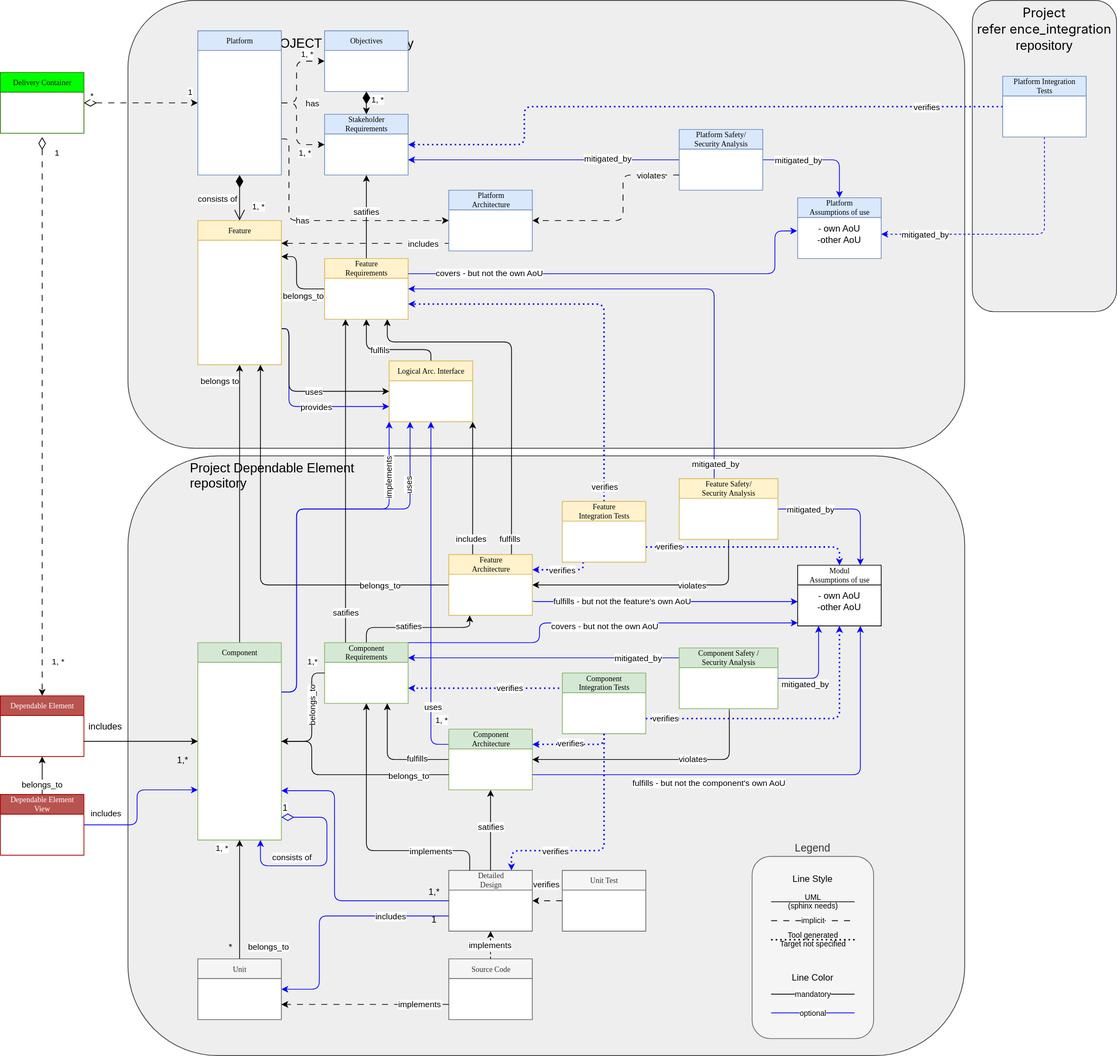
Above: pr-618/_images/score_building_blocks_meta_model_deployment_example.drawio.svg in eclipse-score/process_description (draw.io), before the change. Source tidied: cells renumbered, new cells last; positions are measured from the earlier drawing's top-left corner, leaving out a move shared by most shapes.
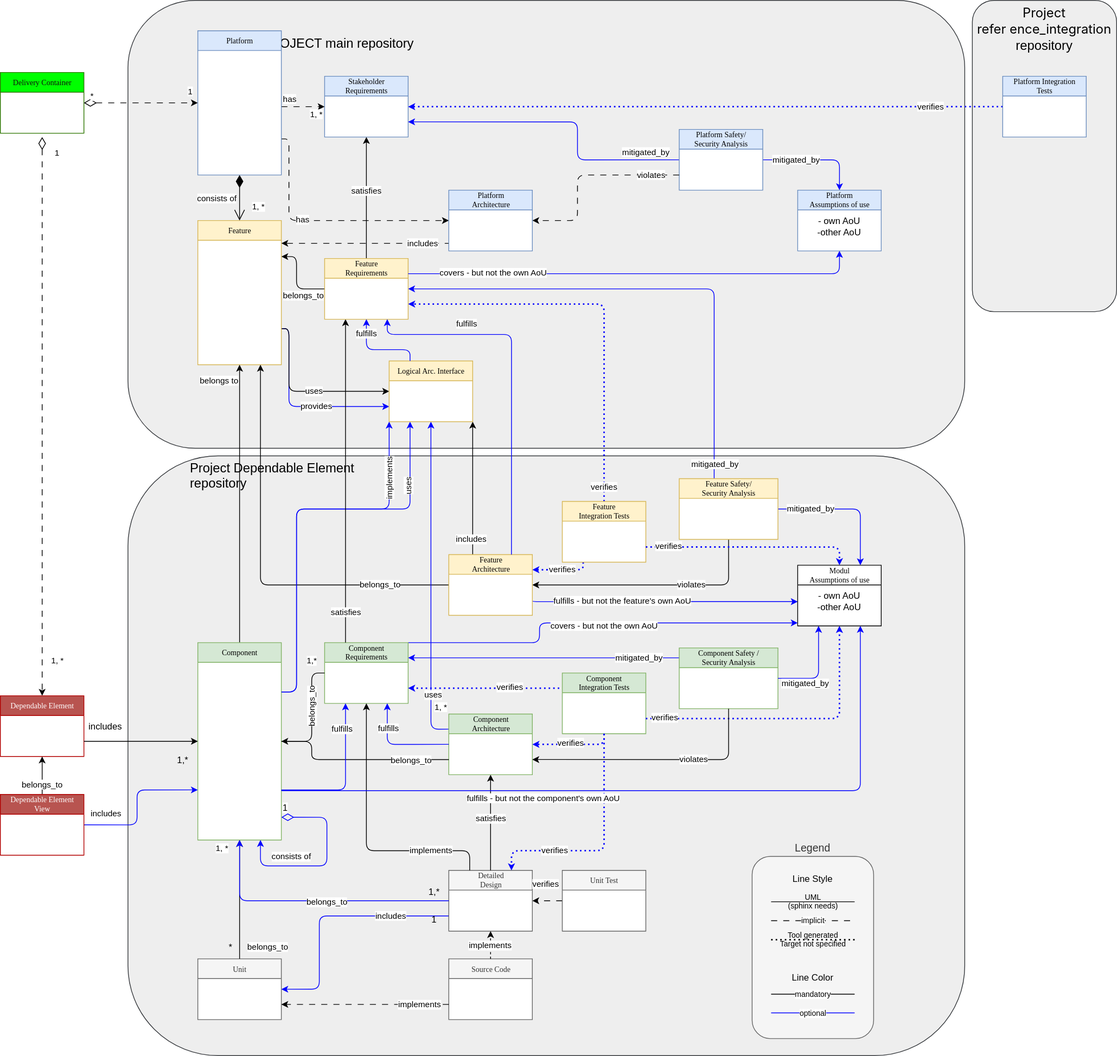
The same diagram one commit later.

What changed in the source:
```diff
@@ -78,15 +78,2 @@
     </mxCell>
-    <mxCell id="18" style="edgeStyle=orthogonalEdgeStyle;rounded=1;jettySize=auto;html=1;exitX=0.75;exitY=0;exitDx=0;exitDy=0;entryX=0.75;entryY=1;entryDx=0;entryDy=0;endArrow=classic;endFill=1;curved=0;" parent="1" edge="1" source="150" target="155">
-      <mxGeometry x="0.64" y="10" relative="1" as="geometry">
-        <Array as="points">
-          <mxPoint x="673" y="450" />
-          <mxPoint x="510" y="450" />
-        </Array>
-      </mxGeometry>
-    </mxCell>
-    <mxCell id="19" value="fulfills" style="edgeLabel;html=1;align=center;verticalAlign=middle;" parent="18" vertex="1">
-      <mxGeometry x="0.11" y="1" relative="1" as="geometry">
-        <mxPoint x="-2" y="244" as="offset" />
-      </mxGeometry>
-    </mxCell>
     <mxCell id="20" value="includes" style="edgeStyle=orthogonalEdgeStyle;html=1;exitX=0.25;exitY=0;exitDx=0;exitDy=0;entryX=1;entryY=1;entryDx=0;entryDy=0;" parent="1" edge="1" target="121">
@@ -110,15 +97,2 @@
     </mxCell>
-    <mxCell id="23" style="edgeStyle=orthogonalEdgeStyle;rounded=1;jettySize=auto;html=1;entryX=0.25;entryY=1;entryDx=0;entryDy=0;endArrow=classic;endFill=1;exitX=0.5;exitY=0;exitDx=0;exitDy=0;curved=0;" parent="1" edge="1" source="27" target="150">
-      <mxGeometry relative="1" as="geometry">
-        <Array as="points">
-          <mxPoint x="515" y="826" />
-          <mxPoint x="665" y="826" />
-        </Array>
-      </mxGeometry>
-    </mxCell>
-    <mxCell id="24" value="satifies" style="edgeLabel;html=1;align=center;verticalAlign=middle;" parent="23" vertex="1">
-      <mxGeometry x="0.06" y="6" relative="1" as="geometry">
-        <mxPoint x="-16" y="4" as="offset" />
-      </mxGeometry>
-    </mxCell>
     <mxCell id="25" style="edgeStyle=orthogonalEdgeStyle;rounded=1;jettySize=auto;html=1;exitX=1;exitY=0;exitDx=0;exitDy=0;strokeColor=#0000FF;curved=0;" parent="1" edge="1" source="27">
@@ -189,3 +163,3 @@
     <mxCell id="38" value="Stakeholder&lt;br&gt;&amp;nbsp;Requirements" style="swimlane;html=1;fontStyle=0;horizontal=1;startSize=26;fillColor=#dae8fc;swimlaneFillColor=#ffffff;rounded=0;shadow=0;comic=0;labelBackgroundColor=none;strokeWidth=1;fontFamily=Verdana;fontSize=10;align=center;strokeColor=#6c8ebf;" parent="1" vertex="1">
-      <mxGeometry x="427" y="150" width="110" height="80" as="geometry" />
+      <mxGeometry x="427" y="100" width="110" height="80" as="geometry" />
     </mxCell>
@@ -196,3 +170,3 @@
     </mxCell>
-    <mxCell id="40" value="satifies" style="edgeLabel;html=1;align=center;verticalAlign=middle;" parent="39" vertex="1">
+    <mxCell id="40" value="satisfies" style="edgeLabel;html=1;align=center;verticalAlign=middle;" parent="39" vertex="1">
       <mxGeometry x="0.11" y="1" relative="1" as="geometry" />
@@ -205,8 +179,5 @@
     </mxCell>
-    <mxCell id="43" style="edgeStyle=orthogonalEdgeStyle;rounded=1;jettySize=auto;html=1;entryX=0;entryY=0.5;entryDx=0;entryDy=0;curved=0;dashed=1;dashPattern=8 8;" parent="1" edge="1" source="48" target="38">
+    <mxCell id="43" style="rounded=1;jettySize=auto;html=1;entryX=0;entryY=0.5;entryDx=0;entryDy=0;dashed=1;dashPattern=8 8;" parent="1" edge="1" target="38">
       <mxGeometry relative="1" as="geometry">
-        <Array as="points">
-          <mxPoint x="390" y="135" />
-          <mxPoint x="390" y="190" />
-        </Array>
+        <mxPoint x="370" y="140" as="sourcePoint" />
       </mxGeometry>
@@ -215,3 +186,3 @@
       <mxGeometry x="0.46" y="2" relative="1" as="geometry">
-        <mxPoint x="13" y="-53" as="offset" />
+        <mxPoint x="-31" y="-8" as="offset" />
       </mxGeometry>
@@ -245,41 +216,2 @@
     </mxCell>
-    <mxCell id="51" value="Objectives" style="swimlane;html=1;fontStyle=0;horizontal=1;startSize=26;fillColor=#dae8fc;swimlaneFillColor=#ffffff;rounded=0;shadow=0;comic=0;labelBackgroundColor=none;strokeWidth=1;fontFamily=Verdana;fontSize=10;align=center;strokeColor=#6c8ebf;" parent="1" vertex="1">
-      <mxGeometry x="427" y="40" width="110" height="80" as="geometry" />
-    </mxCell>
-    <mxCell id="52" style="edgeStyle=orthogonalEdgeStyle;rounded=1;jettySize=auto;html=1;entryX=0;entryY=0.5;entryDx=0;entryDy=0;exitX=1;exitY=0.5;exitDx=0;exitDy=0;curved=0;dashed=1;dashPattern=8 8;" parent="1" edge="1" source="48" target="51">
-      <mxGeometry relative="1" as="geometry">
-        <Array as="points">
-          <mxPoint x="390" y="135" />
-          <mxPoint x="390" y="80" />
-        </Array>
-      </mxGeometry>
-    </mxCell>
-    <mxCell id="53" value="has" style="edgeLabel;html=1;align=center;verticalAlign=middle;" parent="52" vertex="1">
-      <mxGeometry x="-0.18" y="-2" relative="1" as="geometry">
-        <mxPoint x="18" y="26" as="offset" />
-      </mxGeometry>
-    </mxCell>
-    <mxCell id="54" value="1, *" style="edgeLabel;html=1;align=center;verticalAlign=middle;" parent="52" vertex="1">
-      <mxGeometry x="0.57" y="1" relative="1" as="geometry">
-        <mxPoint y="-9" as="offset" />
-      </mxGeometry>
-    </mxCell>
-    <mxCell id="55" value="1, *" style="endArrow=classic;html=1;endSize=6;startArrow=diamondThin;startSize=14;startFill=1;edgeStyle=orthogonalEdgeStyle;align=left;verticalAlign=bottom;rounded=0;entryX=0.5;entryY=0;entryDx=0;entryDy=0;endFill=1;exitX=0.5;exitY=1;exitDx=0;exitDy=0;" parent="1" edge="1" source="51" target="38">
-      <mxGeometry x="0.33" y="5" relative="1" as="geometry">
-        <Array as="points">
-          <mxPoint x="482" y="140" />
-          <mxPoint x="482" y="140" />
-        </Array>
-      </mxGeometry>
-    </mxCell>
-    <mxCell id="56" style="edgeStyle=orthogonalEdgeStyle;rounded=1;jettySize=auto;html=1;entryX=0.75;entryY=1;entryDx=0;entryDy=0;endArrow=classic;endFill=1;exitX=0;exitY=0.5;exitDx=0;exitDy=0;curved=0;strokeColor=#000000;" parent="1" edge="1" source="60" target="27">
-      <mxGeometry relative="1" as="geometry">
-        <Array as="points">
-          <mxPoint x="510" y="1000" />
-        </Array>
-      </mxGeometry>
-    </mxCell>
-    <mxCell id="57" value="fulfills" style="edgeLabel;html=1;align=center;verticalAlign=middle;" parent="56" vertex="1">
-      <mxGeometry x="-0.45" y="-2" relative="1" as="geometry" />
-    </mxCell>
     <mxCell id="58" value="uses" style="edgeStyle=orthogonalEdgeStyle;html=1;exitX=0;exitY=0.25;exitDx=0;exitDy=0;entryX=0.5;entryY=1;entryDx=0;entryDy=0;strokeColor=#0000FF;verticalAlign=top;spacing=0;" parent="1" edge="1" source="60" target="121">
@@ -293,3 +225,3 @@
     <mxCell id="60" value="Component&lt;br&gt;Architecture" style="swimlane;html=1;fontStyle=0;horizontal=1;startSize=26;fillColor=#d5e8d4;swimlaneFillColor=#ffffff;rounded=0;shadow=0;comic=0;labelBackgroundColor=none;strokeWidth=1;fontFamily=Verdana;fontSize=10;align=center;strokeColor=#82b366;" parent="1" vertex="1">
-      <mxGeometry x="590.5" y="960" width="110" height="80" as="geometry" />
+      <mxGeometry x="590.5" y="940" width="110" height="80" as="geometry" />
     </mxCell>
@@ -299,3 +231,4 @@
           <mxPoint x="410" y="976" />
-          <mxPoint x="410" y="1020" />
+          <mxPoint x="410" y="1000" />
+          <mxPoint x="591" y="1000" />
         </Array>
@@ -309,7 +242,6 @@
     </mxCell>
-    <mxCell id="64" style="edgeStyle=orthogonalEdgeStyle;rounded=1;jettySize=auto;html=1;entryX=0;entryY=0.5;entryDx=0;entryDy=0;verticalAlign=bottom;curved=0;exitX=1;exitY=0.75;exitDx=0;exitDy=0;endArrow=none;endFill=0;startArrow=classic;startFill=1;strokeColor=#0000FF;" parent="1" edge="1" source="16" target="63">
+    <mxCell id="64" style="edgeStyle=orthogonalEdgeStyle;rounded=1;jettySize=auto;html=1;entryX=0;entryY=0.5;entryDx=0;entryDy=0;verticalAlign=bottom;curved=0;exitX=0.5;exitY=1;exitDx=0;exitDy=0;endArrow=none;endFill=0;startArrow=classic;startFill=1;strokeColor=#0000FF;" parent="1" edge="1" source="16" target="63">
       <mxGeometry x="-0.88" relative="1" as="geometry">
         <Array as="points">
-          <mxPoint x="440" y="1041" />
-          <mxPoint x="440" y="1186" />
+          <mxPoint x="315" y="1186" />
         </Array>
@@ -317,2 +249,5 @@
     </mxCell>
+    <mxCell id="159" value="belongs_to" style="edgeLabel;html=1;align=center;verticalAlign=middle;" parent="64" vertex="1">
+      <mxGeometry x="0.1" y="-2" relative="1" as="geometry" />
+    </mxCell>
     <mxCell id="65" style="edgeStyle=orthogonalEdgeStyle;rounded=1;jettySize=auto;html=1;entryX=0.5;entryY=1;entryDx=0;entryDy=0;endArrow=classic;endFill=1;exitX=0.5;exitY=0;exitDx=0;exitDy=0;curved=0;" parent="1" edge="1" source="63" target="60">
@@ -320,3 +255,3 @@
     </mxCell>
-    <mxCell id="66" value="satifies" style="edgeLabel;html=1;align=center;verticalAlign=middle;" parent="65" vertex="1">
+    <mxCell id="66" value="satisfies" style="edgeLabel;html=1;align=center;verticalAlign=middle;" parent="65" vertex="1">
       <mxGeometry x="0.06" y="6" relative="1" as="geometry">
@@ -414,3 +349,3 @@
     <mxCell id="83" value="Platform&lt;br&gt;Assumptions of use" style="swimlane;html=1;fontStyle=0;horizontal=1;startSize=26;swimlaneFillColor=#ffffff;rounded=0;shadow=0;comic=0;labelBackgroundColor=none;strokeWidth=1;fontFamily=Verdana;fontSize=10;align=center;fillColor=#dae8fc;strokeColor=#6c8ebf;" parent="1" vertex="1">
-      <mxGeometry x="1050" y="260" width="110" height="80" as="geometry" />
+      <mxGeometry x="1050" y="250" width="110" height="80" as="geometry" />
     </mxCell>
@@ -422,4 +357,4 @@
         <Array as="points">
-          <mxPoint x="690" y="140" />
-          <mxPoint x="690" y="190" />
+          <mxPoint x="610" y="140" />
+          <mxPoint x="610" y="140" />
         </Array>
@@ -430,10 +365,2 @@
     </mxCell>
-    <mxCell id="87" style="edgeStyle=orthogonalEdgeStyle;rounded=1;jettySize=auto;html=1;exitX=0.5;exitY=1;exitDx=0;exitDy=0;entryX=1;entryY=0.5;entryDx=0;entryDy=0;fontColor=#0000FF;strokeColor=#0000FF;dashed=1;curved=0;" parent="1" edge="1" source="89" target="84">
-      <mxGeometry relative="1" as="geometry" />
-    </mxCell>
-    <mxCell id="88" value="mitigated_by" style="edgeLabel;html=1;align=center;verticalAlign=middle;" parent="87" vertex="1">
-      <mxGeometry x="0.72" y="-1" relative="1" as="geometry">
-        <mxPoint x="10" y="1" as="offset" />
-      </mxGeometry>
-    </mxCell>
     <mxCell id="89" value="Platform Integration&amp;nbsp;&lt;br&gt;Tests" style="swimlane;html=1;fontStyle=0;horizontal=1;startSize=26;fillColor=#dae8fc;swimlaneFillColor=#ffffff;rounded=0;shadow=0;comic=0;labelBackgroundColor=none;strokeWidth=1;fontFamily=Verdana;fontSize=10;align=center;strokeColor=#6c8ebf;" parent="1" vertex="1">
@@ -495,13 +422,2 @@
     </mxCell>
-    <mxCell id="100" style="edgeStyle=orthogonalEdgeStyle;rounded=1;jettySize=auto;html=1;entryX=1;entryY=0.5;entryDx=0;entryDy=0;curved=0;exitX=0.5;exitY=1;exitDx=0;exitDy=0;" parent="1" edge="1" source="104" target="60">
-      <mxGeometry relative="1" as="geometry">
-        <Array as="points">
-          <mxPoint x="960" y="933" />
-          <mxPoint x="960" y="1000" />
-        </Array>
-      </mxGeometry>
-    </mxCell>
-    <mxCell id="101" value="violates" style="edgeLabel;html=1;align=center;verticalAlign=middle;" parent="100" vertex="1">
-      <mxGeometry x="-0.29" y="-1" relative="1" as="geometry" />
-    </mxCell>
     <mxCell id="102" style="edgeStyle=orthogonalEdgeStyle;rounded=1;jettySize=auto;html=1;startArrow=none;startFill=0;endArrow=classic;endFill=1;curved=0;strokeColor=#0000FF;entryX=1;entryY=0.25;entryDx=0;entryDy=0;exitX=-0.015;exitY=0.163;exitDx=0;exitDy=0;exitPerimeter=0;" parent="1" edge="1" source="104" target="27">
@@ -543,3 +459,3 @@
     </mxCell>
-    <mxCell id="111" style="edgeStyle=orthogonalEdgeStyle;rounded=1;jettySize=auto;html=1;entryX=1;entryY=0.25;entryDx=0;entryDy=0;dashed=1;curved=0;strokeColor=#0000FF;dashPattern=1 2;strokeWidth=2;endSize=3;exitX=0.5;exitY=1;exitDx=0;exitDy=0;" parent="1" edge="1" source="99" target="60">
+    <mxCell id="111" style="edgeStyle=orthogonalEdgeStyle;rounded=1;jettySize=auto;html=1;entryX=1;entryY=0.5;entryDx=0;entryDy=0;dashed=1;curved=0;strokeColor=#0000FF;dashPattern=1 2;strokeWidth=2;endSize=3;exitX=0.5;exitY=1;exitDx=0;exitDy=0;" parent="1" edge="1" source="99" target="60">
       <mxGeometry relative="1" as="geometry">
@@ -547,2 +463,3 @@
           <mxPoint x="795" y="980" />
+          <mxPoint x="701" y="980" />
         </Array>
@@ -553,7 +470,14 @@
     </mxCell>
-    <mxCell id="113" style="edgeStyle=orthogonalEdgeStyle;rounded=0;jettySize=auto;html=1;exitX=0;exitY=0.5;exitDx=0;exitDy=0;entryX=1;entryY=0.75;entryDx=0;entryDy=0;strokeColor=#0000FF;" parent="1" edge="1" source="117" target="38">
-      <mxGeometry relative="1" as="geometry" />
+    <mxCell id="113" style="edgeStyle=orthogonalEdgeStyle;rounded=1;jettySize=auto;html=1;exitX=0;exitY=0.5;exitDx=0;exitDy=0;entryX=1;entryY=0.75;entryDx=0;entryDy=0;strokeColor=#0000FF;curved=0;" parent="1" edge="1" source="117" target="38">
+      <mxGeometry relative="1" as="geometry">
+        <Array as="points">
+          <mxPoint x="760" y="210" />
+          <mxPoint x="760" y="160" />
+        </Array>
+      </mxGeometry>
     </mxCell>
     <mxCell id="114" value="mitigated_by" style="edgeLabel;html=1;align=center;verticalAlign=middle;" parent="113" vertex="1">
-      <mxGeometry x="-0.47" y="-2" relative="1" as="geometry" />
+      <mxGeometry x="-0.47" y="-2" relative="1" as="geometry">
+        <mxPoint x="64" y="-8" as="offset" />
+      </mxGeometry>
     </mxCell>
@@ -573,4 +497,4 @@
         <Array as="points">
-          <mxPoint x="820" y="230" />
-          <mxPoint x="820" y="290" />
+          <mxPoint x="760" y="230" />
+          <mxPoint x="760" y="290" />
         </Array>
@@ -581,10 +505,2 @@
     </mxCell>
-    <mxCell id="120" value="fulfils" style="edgeStyle=orthogonalEdgeStyle;html=1;entryX=0.5;entryY=1;entryDx=0;entryDy=0;exitX=0.5;exitY=0;exitDx=0;exitDy=0;strokeColor=#000000;verticalAlign=bottom;" parent="1" edge="1" source="121" target="155">
-      <mxGeometry x="0.17" y="10" relative="1" as="geometry">
-        <Array as="points">
-          <mxPoint x="567" y="460" />
-          <mxPoint x="482" y="460" />
-        </Array>
-      </mxGeometry>
-    </mxCell>
     <mxCell id="121" value="Logical Arc. Interface" style="swimlane;html=1;fontStyle=0;horizontal=1;startSize=26;fillColor=#fff2cc;swimlaneFillColor=#ffffff;rounded=0;shadow=0;comic=0;labelBackgroundColor=none;strokeWidth=1;fontFamily=Verdana;fontSize=10;align=center;strokeColor=#d6b656;" parent="1" vertex="1">
@@ -693,6 +609,6 @@
     </mxCell>
-    <mxCell id="141" style="edgeStyle=orthogonalEdgeStyle;rounded=1;jettySize=auto;html=1;exitX=0.75;exitY=1;exitDx=0;exitDy=0;strokeColor=#0000ff;startArrow=classic;startFill=1;endArrow=none;endFill=0;entryX=1;entryY=0.75;entryDx=0;entryDy=0;" parent="1" edge="1" source="151" target="60">
+    <mxCell id="141" style="edgeStyle=orthogonalEdgeStyle;rounded=1;jettySize=auto;html=1;exitX=0.75;exitY=1;exitDx=0;exitDy=0;strokeColor=#0000ff;startArrow=classic;startFill=1;endArrow=none;endFill=0;entryX=1;entryY=0.75;entryDx=0;entryDy=0;" parent="1" edge="1" source="151" target="16">
       <mxGeometry relative="1" as="geometry">
         <Array as="points">
-          <mxPoint x="1133" y="1020" />
+          <mxPoint x="1133" y="1041" />
         </Array>
@@ -755,3 +671,3 @@
     </mxCell>
-    <mxCell id="154" value="&lt;span style=&quot;caret-color: rgb(0, 0, 0);&quot;&gt;satifies&lt;/span&gt;" style="edgeLabel;html=1;align=center;verticalAlign=middle;" parent="153" vertex="1">
+    <mxCell id="154" value="&lt;span style=&quot;caret-color: rgb(0, 0, 0);&quot;&gt;satisfies&lt;/span&gt;" style="edgeLabel;html=1;align=center;verticalAlign=middle;" parent="153" vertex="1">
       <mxGeometry x="-0.81" y="1" relative="1" as="geometry">
@@ -766,7 +682,6 @@
     </mxCell>
-    <mxCell id="157" style="edgeStyle=orthogonalEdgeStyle;rounded=1;jettySize=auto;html=1;exitX=1;exitY=0.25;exitDx=0;exitDy=0;entryX=-0.007;entryY=0.401;entryDx=0;entryDy=0;entryPerimeter=0;strokeColor=#0000FF;curved=0;" parent="1" edge="1" source="155" target="84">
+    <mxCell id="157" style="edgeStyle=orthogonalEdgeStyle;rounded=1;jettySize=auto;html=1;exitX=1;exitY=0.25;exitDx=0;exitDy=0;entryX=0.5;entryY=1;entryDx=0;entryDy=0;strokeColor=#0000FF;curved=0;" parent="1" edge="1" source="155" target="83">
       <mxGeometry relative="1" as="geometry">
         <Array as="points">
-          <mxPoint x="1020" y="360" />
-          <mxPoint x="1020" y="304" />
+          <mxPoint x="1105" y="360" />
         </Array>
@@ -777,2 +692,66 @@
     </mxCell>
+    <mxCell id="160" style="edgeStyle=orthogonalEdgeStyle;rounded=1;jettySize=auto;html=1;entryX=1;entryY=0.5;entryDx=0;entryDy=0;strokeColor=#000000;curved=0;exitX=0.5;exitY=1;exitDx=0;exitDy=0;" parent="1" edge="1" source="104">
+      <mxGeometry relative="1" as="geometry">
+        <mxPoint x="700.5" y="1000" as="targetPoint" />
+        <Array as="points">
+          <mxPoint x="959" y="1000" />
+        </Array>
+      </mxGeometry>
+    </mxCell>
+    <mxCell id="101" value="violates" style="edgeLabel;html=1;align=center;verticalAlign=middle;" parent="160" vertex="1">
+      <mxGeometry x="0.32" y="-3" relative="1" as="geometry">
+        <mxPoint x="101" y="3" as="offset" />
+      </mxGeometry>
+    </mxCell>
+    <mxCell id="161" style="edgeStyle=orthogonalEdgeStyle;rounded=1;jettySize=auto;html=1;exitX=0.25;exitY=1;exitDx=0;exitDy=0;strokeColor=#0000ff;startArrow=classic;startFill=1;endArrow=none;endFill=0;entryX=1;entryY=0.75;entryDx=0;entryDy=0;" parent="1" edge="1" source="27" target="16">
+      <mxGeometry relative="1" as="geometry">
+        <Array as="points">
+          <mxPoint x="455" y="1040" />
+        </Array>
+      </mxGeometry>
+    </mxCell>
+    <mxCell id="162" value="fulfills" style="edgeLabel;html=1;align=center;verticalAlign=middle;" parent="161" vertex="1">
+      <mxGeometry x="0.35" y="-2" relative="1" as="geometry">
+        <mxPoint x="16" y="-78" as="offset" />
+      </mxGeometry>
+    </mxCell>
+    <mxCell id="163" style="edgeStyle=orthogonalEdgeStyle;rounded=1;jettySize=auto;html=1;exitX=0.75;exitY=1;exitDx=0;exitDy=0;strokeColor=#0000ff;startArrow=classic;startFill=1;endArrow=none;endFill=0;entryX=0;entryY=0.5;entryDx=0;entryDy=0;" parent="1" edge="1" target="60">
+      <mxGeometry relative="1" as="geometry">
+        <mxPoint x="509.5" y="926" as="sourcePoint" />
+        <Array as="points">
+          <mxPoint x="510" y="980" />
+        </Array>
+      </mxGeometry>
+    </mxCell>
+    <mxCell id="164" value="fulfills" style="edgeLabel;html=1;align=center;verticalAlign=middle;" parent="163" vertex="1">
+      <mxGeometry x="0.35" y="-2" relative="1" as="geometry">
+        <mxPoint x="-37" y="-23" as="offset" />
+      </mxGeometry>
+    </mxCell>
+    <mxCell id="165" style="edgeStyle=orthogonalEdgeStyle;rounded=1;jettySize=auto;html=1;exitX=0.5;exitY=1;exitDx=0;exitDy=0;strokeColor=#0000ff;startArrow=classic;startFill=1;endArrow=none;endFill=0;entryX=0.25;entryY=0;entryDx=0;entryDy=0;" parent="1" edge="1" source="155" target="121">
+      <mxGeometry relative="1" as="geometry">
+        <Array as="points">
+          <mxPoint x="482" y="460" />
+          <mxPoint x="540" y="460" />
+        </Array>
+      </mxGeometry>
+    </mxCell>
+    <mxCell id="166" value="fulfills" style="edgeLabel;html=1;align=center;verticalAlign=middle;" parent="165" vertex="1">
+      <mxGeometry x="0.35" y="-2" relative="1" as="geometry">
+        <mxPoint x="-37" y="-23" as="offset" />
+      </mxGeometry>
+    </mxCell>
+    <mxCell id="167" style="edgeStyle=orthogonalEdgeStyle;rounded=1;jettySize=auto;html=1;exitX=0.75;exitY=1;exitDx=0;exitDy=0;strokeColor=#0000ff;startArrow=classic;startFill=1;endArrow=none;endFill=0;entryX=0.75;entryY=0;entryDx=0;entryDy=0;" parent="1" edge="1" source="155" target="150">
+      <mxGeometry relative="1" as="geometry">
+        <Array as="points">
+          <mxPoint x="510" y="440" />
+          <mxPoint x="673" y="440" />
+        </Array>
+      </mxGeometry>
+    </mxCell>
+    <mxCell id="168" value="fulfills" style="edgeLabel;html=1;align=center;verticalAlign=middle;" parent="167" vertex="1">
+      <mxGeometry x="0.17" relative="1" as="geometry">
+        <mxPoint x="-59" y="-107" as="offset" />
+      </mxGeometry>
+    </mxCell>
   </root>
```
